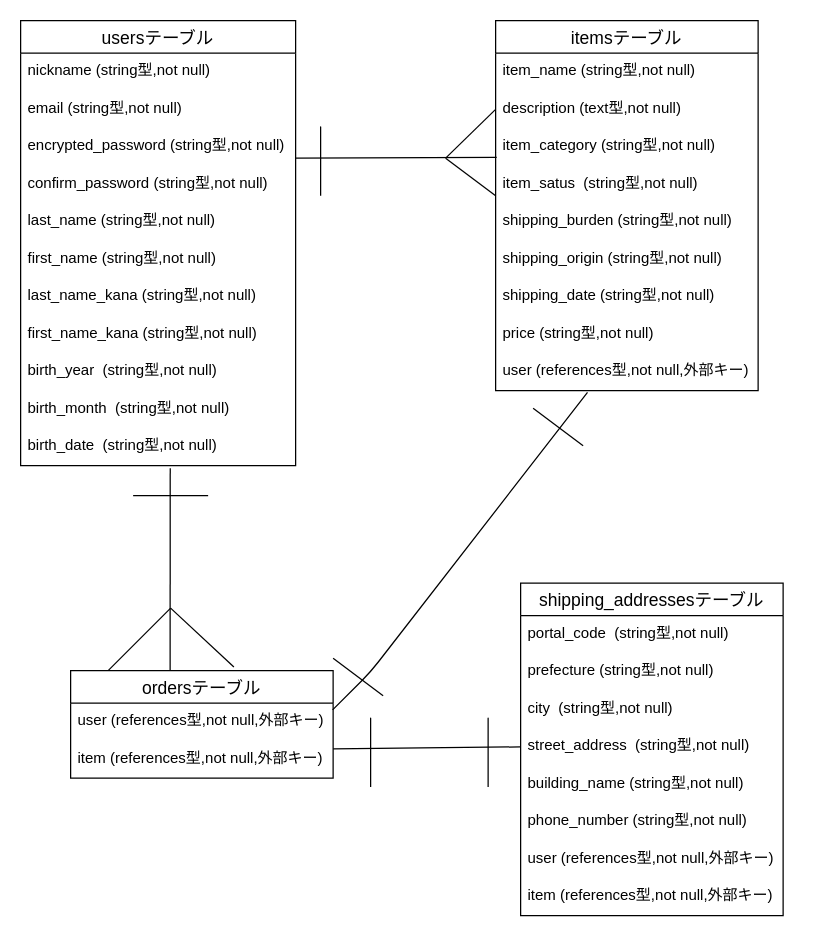
SHUcocoai/furima-41374 keeps this draw.io diagram as er.dio. Above is the earlier version. Source tidied: cells renumbered, new cells numbered last; positions are measured from the earlier drawing's top-left corner, leaving out a move shared by most shapes. Both pictures are drawn from the tidied source at 125%, with x=0, y=0 at pixel (20, 20).
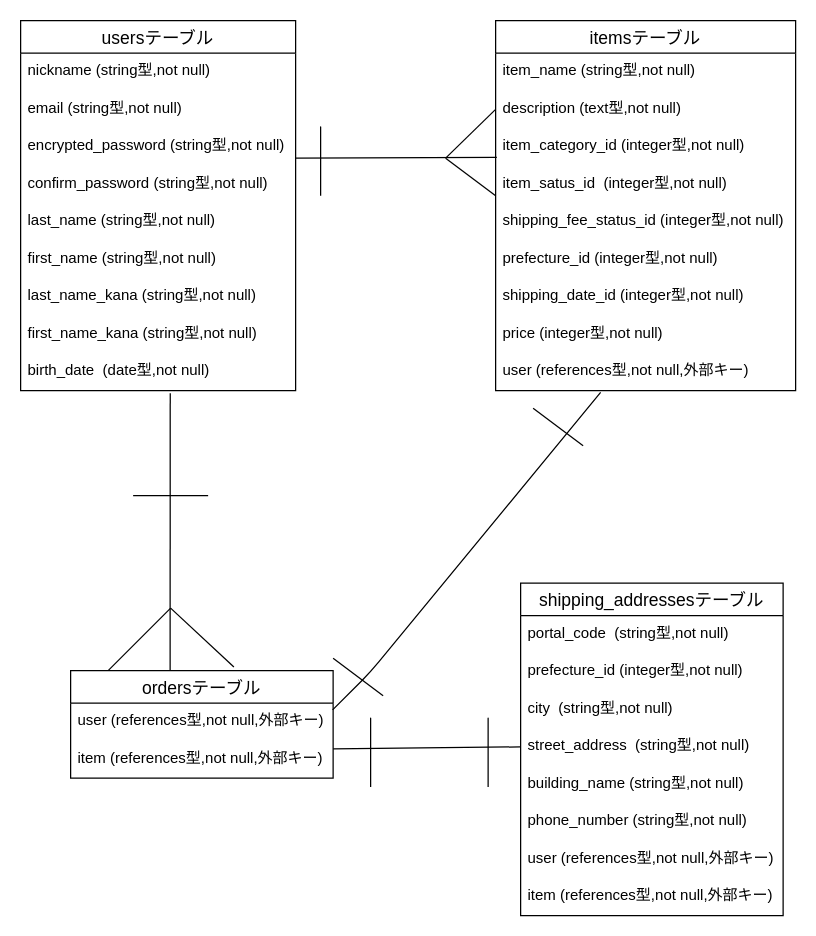
After the change.

Commit message (it also covers changes not shown here):
ER図とREADMEの修正

The change refers to these unchanged cells:
```xml
<mxCell id="27" value="shipping_addressesテーブル" style="swimlane;fontStyle=0;horizontal=1;startSize=26;align=center;fontSize=14;" parent="1" vertex="1">
  <mxGeometry x="400" y="450" width="210" height="266" as="geometry" />
</mxCell>
```

Diff of the diagram source:
```diff
@@
     <mxCell id="2" value="usersテーブル" style="swimlane;fontStyle=0;horizontal=1;startSize=26;align=center;fontSize=14;" parent="1" vertex="1">
-      <mxGeometry width="220" height="356" as="geometry" />
+      <mxGeometry width="220" height="296" as="geometry" />
     </mxCell>
@@
-    <mxCell id="11" value="birth_year  (string型,not null)" style="text;strokeColor=none;fillColor=none;spacingLeft=4;spacingRight=4;overflow=hidden;fontSize=12;" parent="2" vertex="1">
-      <mxGeometry y="266" width="220" height="30" as="geometry" />
-    </mxCell>
-    <mxCell id="12" value="birth_month  (string型,not null)" style="text;strokeColor=none;fillColor=none;spacingLeft=4;spacingRight=4;overflow=hidden;fontSize=12;" parent="2" vertex="1">
-      <mxGeometry y="296" width="220" height="30" as="geometry" />
-    </mxCell>
-    <mxCell id="13" value="birth_date  (string型,not null)" style="text;strokeColor=none;fillColor=none;spacingLeft=4;spacingRight=4;overflow=hidden;points=[[0,0.5],[1,0.5]];portConstraint=eastwest;fontSize=12;" parent="2" vertex="1">
-      <mxGeometry y="326" width="220" height="30" as="geometry" />
+    <mxCell id="13" value="birth_date  (date型,not null)" style="text;strokeColor=none;fillColor=none;spacingLeft=4;spacingRight=4;overflow=hidden;points=[[0,0.5],[1,0.5]];portConstraint=eastwest;fontSize=12;" parent="2" vertex="1">
+      <mxGeometry y="266" width="220" height="30" as="geometry" />
     </mxCell>
     <mxCell id="14" value="itemsテーブル" style="swimlane;fontStyle=0;horizontal=1;startSize=26;align=center;fontSize=14;" parent="1" vertex="1">
-      <mxGeometry x="380" width="210" height="296" as="geometry" />
+      <mxGeometry x="380" width="240" height="296" as="geometry" />
     </mxCell>
     <mxCell id="15" value="item_name (string型,not null)" style="text;strokeColor=none;fillColor=none;spacingLeft=4;spacingRight=4;overflow=hidden;fontSize=12;" parent="14" vertex="1">
-      <mxGeometry y="26" width="210" height="30" as="geometry" />
+      <mxGeometry y="26" width="240" height="30" as="geometry" />
     </mxCell>
     <mxCell id="16" value="description (text型,not null)" style="text;strokeColor=none;fillColor=none;spacingLeft=4;spacingRight=4;overflow=hidden;points=[[0,0.5],[1,0.5]];portConstraint=eastwest;fontSize=12;" parent="14" vertex="1">
-      <mxGeometry y="56" width="210" height="30" as="geometry" />
+      <mxGeometry y="56" width="240" height="30" as="geometry" />
     </mxCell>
-    <mxCell id="17" value="item_category (string型,not null)" style="text;strokeColor=none;fillColor=none;spacingLeft=4;spacingRight=4;overflow=hidden;points=[[0,0.5],[1,0.5]];portConstraint=eastwest;fontSize=12;" parent="14" vertex="1">
-      <mxGeometry y="86" width="210" height="30" as="geometry" />
+    <mxCell id="17" value="item_category_id (integer型,not null)" style="text;strokeColor=none;fillColor=none;spacingLeft=4;spacingRight=4;overflow=hidden;points=[[0,0.5],[1,0.5]];portConstraint=eastwest;fontSize=12;" parent="14" vertex="1">
+      <mxGeometry y="86" width="240" height="30" as="geometry" />
     </mxCell>
-    <mxCell id="18" value="item_satus  (string型,not null)" style="text;strokeColor=none;fillColor=none;spacingLeft=4;spacingRight=4;overflow=hidden;fontSize=12;" parent="14" vertex="1">
-      <mxGeometry y="116" width="210" height="30" as="geometry" />
+    <mxCell id="18" value="item_satus_id  (integer型,not null)" style="text;strokeColor=none;fillColor=none;spacingLeft=4;spacingRight=4;overflow=hidden;fontSize=12;" parent="14" vertex="1">
+      <mxGeometry y="116" width="240" height="30" as="geometry" />
     </mxCell>
-    <mxCell id="19" value="shipping_burden (string型,not null)" style="text;strokeColor=none;fillColor=none;spacingLeft=4;spacingRight=4;overflow=hidden;fontSize=12;" parent="14" vertex="1">
-      <mxGeometry y="146" width="210" height="30" as="geometry" />
+    <mxCell id="19" value="shipping_fee_status_id (integer型,not null)" style="text;strokeColor=none;fillColor=none;spacingLeft=4;spacingRight=4;overflow=hidden;fontSize=12;" parent="14" vertex="1">
+      <mxGeometry y="146" width="240" height="30" as="geometry" />
     </mxCell>
-    <mxCell id="20" value="shipping_origin (string型,not null)" style="text;strokeColor=none;fillColor=none;spacingLeft=4;spacingRight=4;overflow=hidden;fontSize=12;" parent="14" vertex="1">
-      <mxGeometry y="176" width="210" height="30" as="geometry" />
+    <mxCell id="20" value="prefecture_id (integer型,not null)" style="text;strokeColor=none;fillColor=none;spacingLeft=4;spacingRight=4;overflow=hidden;fontSize=12;" parent="14" vertex="1">
+      <mxGeometry y="176" width="240" height="30" as="geometry" />
     </mxCell>
-    <mxCell id="21" value="shipping_date (string型,not null)" style="text;strokeColor=none;fillColor=none;spacingLeft=4;spacingRight=4;overflow=hidden;fontSize=12;" parent="14" vertex="1">
-      <mxGeometry y="206" width="210" height="30" as="geometry" />
+    <mxCell id="21" value="shipping_date_id (integer型,not null)" style="text;strokeColor=none;fillColor=none;spacingLeft=4;spacingRight=4;overflow=hidden;fontSize=12;" parent="14" vertex="1">
+      <mxGeometry y="206" width="240" height="30" as="geometry" />
     </mxCell>
-    <mxCell id="22" value="price (string型,not null)" style="text;strokeColor=none;fillColor=none;spacingLeft=4;spacingRight=4;overflow=hidden;fontSize=12;" parent="14" vertex="1">
-      <mxGeometry y="236" width="210" height="30" as="geometry" />
+    <mxCell id="22" value="price (integer型,not null)" style="text;strokeColor=none;fillColor=none;spacingLeft=4;spacingRight=4;overflow=hidden;fontSize=12;" parent="14" vertex="1">
+      <mxGeometry y="236" width="240" height="30" as="geometry" />
     </mxCell>
     <mxCell id="23" value="user (references型,not null,外部キー)" style="text;strokeColor=none;fillColor=none;spacingLeft=4;spacingRight=4;overflow=hidden;points=[[0,0.5],[1,0.5]];portConstraint=eastwest;fontSize=12;" parent="14" vertex="1">
-      <mxGeometry y="266" width="210" height="30" as="geometry" />
+      <mxGeometry y="266" width="240" height="30" as="geometry" />
     </mxCell>
@@
-    <mxCell id="29" value="prefecture (string型,not null)" style="text;strokeColor=none;fillColor=none;spacingLeft=4;spacingRight=4;overflow=hidden;fontSize=12;" parent="27" vertex="1">
+    <mxCell id="29" value="prefecture_id (integer型,not null)" style="text;strokeColor=none;fillColor=none;spacingLeft=4;spacingRight=4;overflow=hidden;fontSize=12;" parent="27" vertex="1">
       <mxGeometry y="56" width="210" height="30" as="geometry" />
     </mxCell>
```
